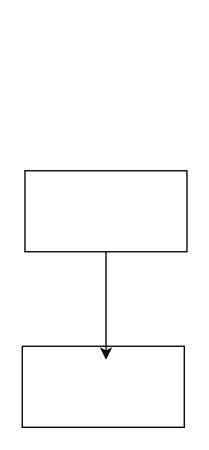
The draw.io diagram GroupBy.drawio in Guilherme22B/Group_by, before the edit. Source tidied: cells renumbered, new cells numbered last; positions are measured from the earlier drawing's top-left corner, leaving out a move shared by most shapes. Both pictures are drawn from the tidied source at 135%, with x=0, y=0 at pixel (22, 170).
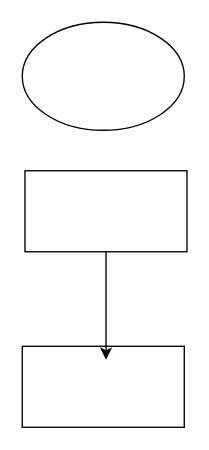
The same page after the edit.

Commit message:
nova atualizacao

Change to the diagram source:
```diff
@@
 <mxGraphModel>
   <root>
     <mxCell id="0" />
     <mxCell id="1" parent="0" />
     <mxCell id="2" style="rounded=0;whiteSpace=wrap;html=1;" parent="1" vertex="1">
       <mxGeometry y="130" width="120" height="60" as="geometry" />
     </mxCell>
     <mxCell id="3" style="rounded=0;whiteSpace=wrap;html=1;" parent="1" vertex="1">
       <mxGeometry x="2" width="120" height="60" as="geometry" />
     </mxCell>
     <mxCell id="4" style="edgeStyle=orthogonalEdgeStyle;rounded=0;jettySize=auto;html=1;entryX=0.517;entryY=0.167;entryDx=0;entryDy=0;entryPerimeter=0;" parent="1" edge="1" source="3" target="2">
       <mxGeometry relative="1" as="geometry" />
     </mxCell>
+    <mxCell id="5" style="ellipse;whiteSpace=wrap;html=1;" parent="1" vertex="1">
+      <mxGeometry y="-110" width="120" height="80" as="geometry" />
+    </mxCell>
   </root>
 </mxGraphModel>
```
